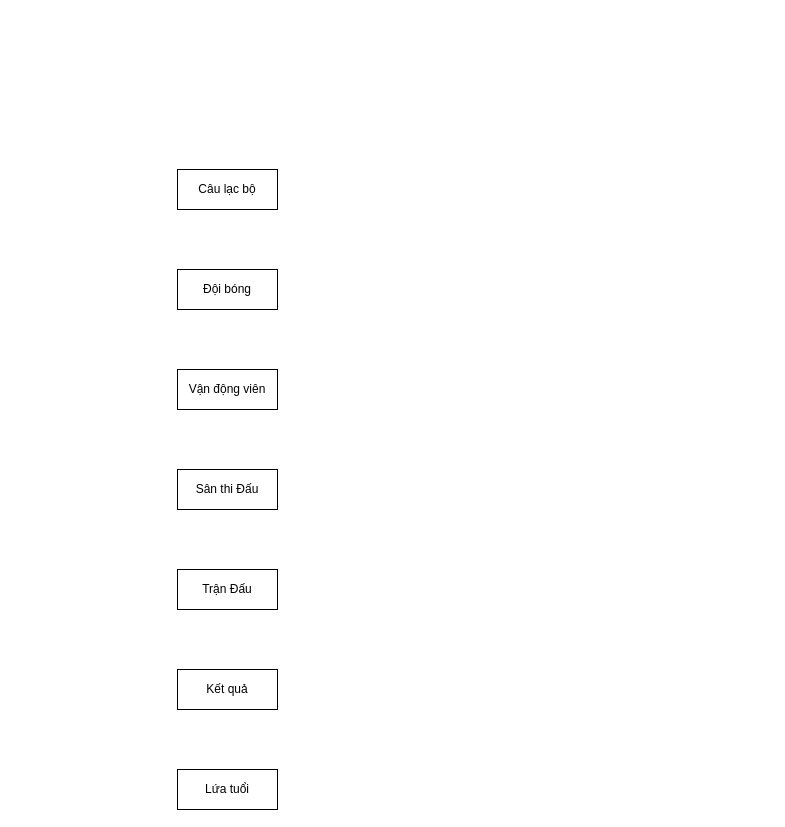
The draw.io diagram DB_HW5_3.drawio in reality8080/DB_HW5_3, before the edit. Source tidied: cells renumbered, new cells numbered last; positions are measured from the earlier drawing's top-left corner, leaving out a move shared by most shapes. Both pictures are drawn from the tidied source at 100%, with x=0, y=0 at pixel (177, 169).
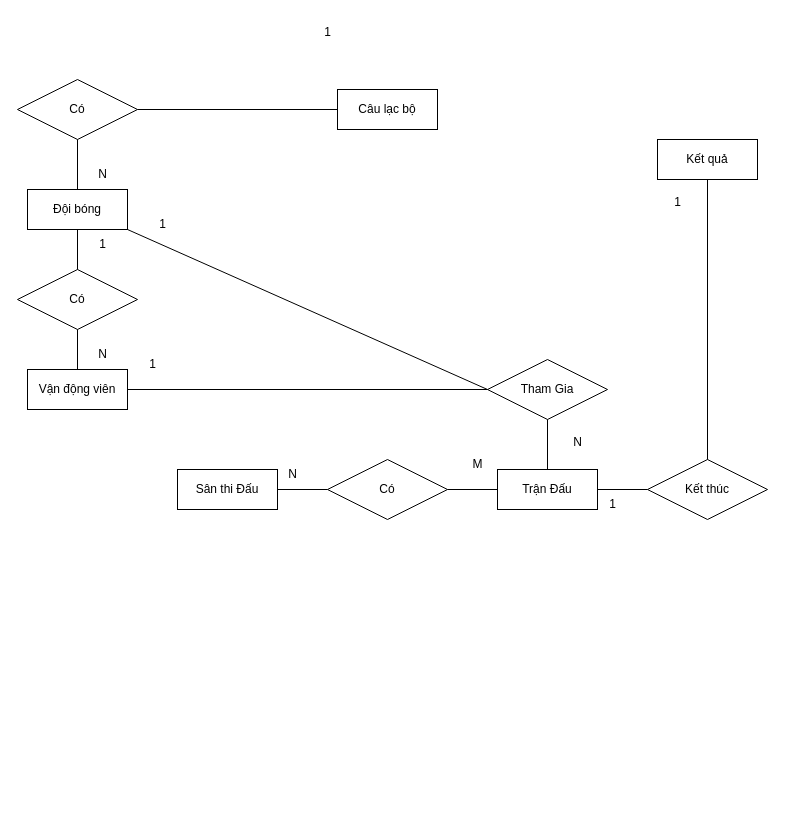
After the change.

Unchanged cells that the change refers to:
```xml
<mxCell id="5" value="Sân thi Đấu" style="whiteSpace=wrap;html=1;align=center;" parent="1" vertex="1">
  <mxGeometry y="300" width="100" height="40" as="geometry" />
</mxCell>
```

What changed in the source:
```diff
@@
     <mxCell id="2" value="Câu lạc bộ" style="whiteSpace=wrap;html=1;align=center;" parent="1" vertex="1">
-      <mxGeometry width="100" height="40" as="geometry" />
+      <mxGeometry x="160" y="-80" width="100" height="40" as="geometry" />
     </mxCell>
     <mxCell id="3" value="Đội bóng" style="whiteSpace=wrap;html=1;align=center;" parent="1" vertex="1">
-      <mxGeometry y="100" width="100" height="40" as="geometry" />
+      <mxGeometry x="-150" y="20" width="100" height="40" as="geometry" />
     </mxCell>
     <mxCell id="4" value="Vận động viên" style="whiteSpace=wrap;html=1;align=center;" parent="1" vertex="1">
-      <mxGeometry y="200" width="100" height="40" as="geometry" />
+      <mxGeometry x="-150" y="200" width="100" height="40" as="geometry" />
     </mxCell>
@@
     <mxCell id="6" value="Trận Đấu" style="whiteSpace=wrap;html=1;align=center;" parent="1" vertex="1">
-      <mxGeometry y="400" width="100" height="40" as="geometry" />
+      <mxGeometry x="320" y="300" width="100" height="40" as="geometry" />
     </mxCell>
     <mxCell id="7" value="Kết quả" style="whiteSpace=wrap;html=1;align=center;" parent="1" vertex="1">
-      <mxGeometry y="500" width="100" height="40" as="geometry" />
+      <mxGeometry x="480" y="-30" width="100" height="40" as="geometry" />
     </mxCell>
-    <mxCell id="8" value="Lứa tuổi" style="whiteSpace=wrap;html=1;align=center;" parent="1" vertex="1">
-      <mxGeometry y="600" width="100" height="40" as="geometry" />
-    </mxCell>
+    <mxCell id="9" value="Có" style="shape=rhombus;perimeter=rhombusPerimeter;whiteSpace=wrap;html=1;align=center;" parent="1" vertex="1">
+      <mxGeometry x="-160" y="-90" width="120" height="60" as="geometry" />
+    </mxCell>
+    <mxCell id="10" value="Có" style="shape=rhombus;perimeter=rhombusPerimeter;whiteSpace=wrap;html=1;align=center;" parent="1" vertex="1">
+      <mxGeometry x="-160" y="100" width="120" height="60" as="geometry" />
+    </mxCell>
+    <mxCell id="11" value="Có" style="shape=rhombus;perimeter=rhombusPerimeter;whiteSpace=wrap;html=1;align=center;" parent="1" vertex="1">
+      <mxGeometry x="150" y="290" width="120" height="60" as="geometry" />
+    </mxCell>
+    <mxCell id="12" value="Tham Gia" style="shape=rhombus;perimeter=rhombusPerimeter;whiteSpace=wrap;html=1;align=center;" parent="1" vertex="1">
+      <mxGeometry x="310" y="190" width="120" height="60" as="geometry" />
+    </mxCell>
+    <mxCell id="13" value="Kết thúc" style="shape=rhombus;perimeter=rhombusPerimeter;whiteSpace=wrap;html=1;align=center;" parent="1" vertex="1">
+      <mxGeometry x="470" y="290" width="120" height="60" as="geometry" />
+    </mxCell>
+    <mxCell id="14" style="endArrow=none;html=1;rounded=0;exitX=1;exitY=0.5;exitDx=0;exitDy=0;entryX=0;entryY=0.5;entryDx=0;entryDy=0;" parent="1" edge="1" source="9" target="2">
+      <mxGeometry relative="1" as="geometry" />
+    </mxCell>
+    <mxCell id="15" value="1" style="text;html=1;align=center;verticalAlign=middle;strokeColor=none;fillColor=none;" parent="1" vertex="1">
+      <mxGeometry x="135" y="-152" width="30" height="30" as="geometry" />
+    </mxCell>
+    <mxCell id="16" style="endArrow=none;html=1;rounded=0;exitX=0.5;exitY=1;exitDx=0;exitDy=0;entryX=0.5;entryY=0;entryDx=0;entryDy=0;" parent="1" edge="1" source="9" target="3">
+      <mxGeometry relative="1" as="geometry" />
+    </mxCell>
+    <mxCell id="17" value="N" style="text;html=1;align=center;verticalAlign=middle;strokeColor=none;fillColor=none;" parent="1" vertex="1">
+      <mxGeometry x="-90" y="-10" width="30" height="30" as="geometry" />
+    </mxCell>
+    <mxCell id="18" style="endArrow=none;html=1;rounded=0;exitX=0.5;exitY=1;exitDx=0;exitDy=0;" parent="1" edge="1" source="3" target="10">
+      <mxGeometry relative="1" as="geometry" />
+    </mxCell>
+    <mxCell id="19" value="1" style="text;html=1;align=center;verticalAlign=middle;strokeColor=none;fillColor=none;" parent="1" vertex="1">
+      <mxGeometry x="-90" y="60" width="30" height="30" as="geometry" />
+    </mxCell>
+    <mxCell id="20" style="endArrow=none;html=1;rounded=0;exitX=0.5;exitY=1;exitDx=0;exitDy=0;entryX=0.5;entryY=0;entryDx=0;entryDy=0;" parent="1" edge="1" source="10" target="4">
+      <mxGeometry relative="1" as="geometry" />
+    </mxCell>
+    <mxCell id="21" value="N" style="text;html=1;align=center;verticalAlign=middle;strokeColor=none;fillColor=none;" parent="1" vertex="1">
+      <mxGeometry x="-90" y="170" width="30" height="30" as="geometry" />
+    </mxCell>
+    <mxCell id="22" style="endArrow=none;html=1;rounded=0;exitX=1;exitY=0.5;exitDx=0;exitDy=0;entryX=0;entryY=0.5;entryDx=0;entryDy=0;" parent="1" edge="1" source="5" target="11">
+      <mxGeometry relative="1" as="geometry" />
+    </mxCell>
+    <mxCell id="23" value="N" style="text;html=1;align=center;verticalAlign=middle;strokeColor=none;fillColor=none;" parent="1" vertex="1">
+      <mxGeometry x="100" y="290" width="30" height="30" as="geometry" />
+    </mxCell>
+    <mxCell id="24" style="endArrow=none;html=1;rounded=0;exitX=1;exitY=0.5;exitDx=0;exitDy=0;entryX=0;entryY=0.5;entryDx=0;entryDy=0;" parent="1" edge="1" source="11" target="6">
+      <mxGeometry relative="1" as="geometry" />
+    </mxCell>
+    <mxCell id="25" value="M" style="text;html=1;align=center;verticalAlign=middle;strokeColor=none;fillColor=none;" parent="1" vertex="1">
+      <mxGeometry x="285" y="280" width="30" height="30" as="geometry" />
+    </mxCell>
+    <mxCell id="26" style="endArrow=none;html=1;rounded=0;exitX=1;exitY=0.5;exitDx=0;exitDy=0;entryX=0;entryY=0.5;entryDx=0;entryDy=0;" parent="1" edge="1" source="6" target="13">
+      <mxGeometry relative="1" as="geometry" />
+    </mxCell>
+    <mxCell id="27" style="endArrow=none;html=1;rounded=0;exitX=0.5;exitY=1;exitDx=0;exitDy=0;" parent="1" edge="1" source="7" target="13">
+      <mxGeometry relative="1" as="geometry" />
+    </mxCell>
+    <mxCell id="28" value="1" style="text;html=1;align=center;verticalAlign=middle;strokeColor=none;fillColor=none;" parent="1" vertex="1">
+      <mxGeometry x="420" y="320" width="30" height="30" as="geometry" />
+    </mxCell>
+    <mxCell id="29" value="1" style="text;html=1;align=center;verticalAlign=middle;strokeColor=none;fillColor=none;" parent="1" vertex="1">
+      <mxGeometry x="485" y="18" width="30" height="30" as="geometry" />
+    </mxCell>
+    <mxCell id="30" style="endArrow=none;html=1;rounded=0;exitX=1;exitY=0.5;exitDx=0;exitDy=0;entryX=0;entryY=0.5;entryDx=0;entryDy=0;" parent="1" edge="1" source="4" target="12">
+      <mxGeometry relative="1" as="geometry" />
+    </mxCell>
+    <mxCell id="31" value="1" style="text;html=1;align=center;verticalAlign=middle;strokeColor=none;fillColor=none;" parent="1" vertex="1">
+      <mxGeometry x="-40" y="180" width="30" height="30" as="geometry" />
+    </mxCell>
+    <mxCell id="32" style="endArrow=none;html=1;rounded=0;exitX=0.5;exitY=1;exitDx=0;exitDy=0;entryX=0.5;entryY=0;entryDx=0;entryDy=0;" parent="1" edge="1" source="12" target="6">
+      <mxGeometry relative="1" as="geometry" />
+    </mxCell>
+    <mxCell id="33" value="N" style="text;html=1;align=center;verticalAlign=middle;strokeColor=none;fillColor=none;" parent="1" vertex="1">
+      <mxGeometry x="385" y="258" width="30" height="30" as="geometry" />
+    </mxCell>
+    <mxCell id="34" style="endArrow=none;html=1;rounded=0;exitX=1;exitY=1;exitDx=0;exitDy=0;entryX=0;entryY=0.5;entryDx=0;entryDy=0;" parent="1" edge="1" source="3" target="12">
+      <mxGeometry relative="1" as="geometry" />
+    </mxCell>
+    <mxCell id="35" value="1" style="text;html=1;align=center;verticalAlign=middle;strokeColor=none;fillColor=none;" parent="1" vertex="1">
+      <mxGeometry x="-30" y="40" width="30" height="30" as="geometry" />
+    </mxCell>
```
